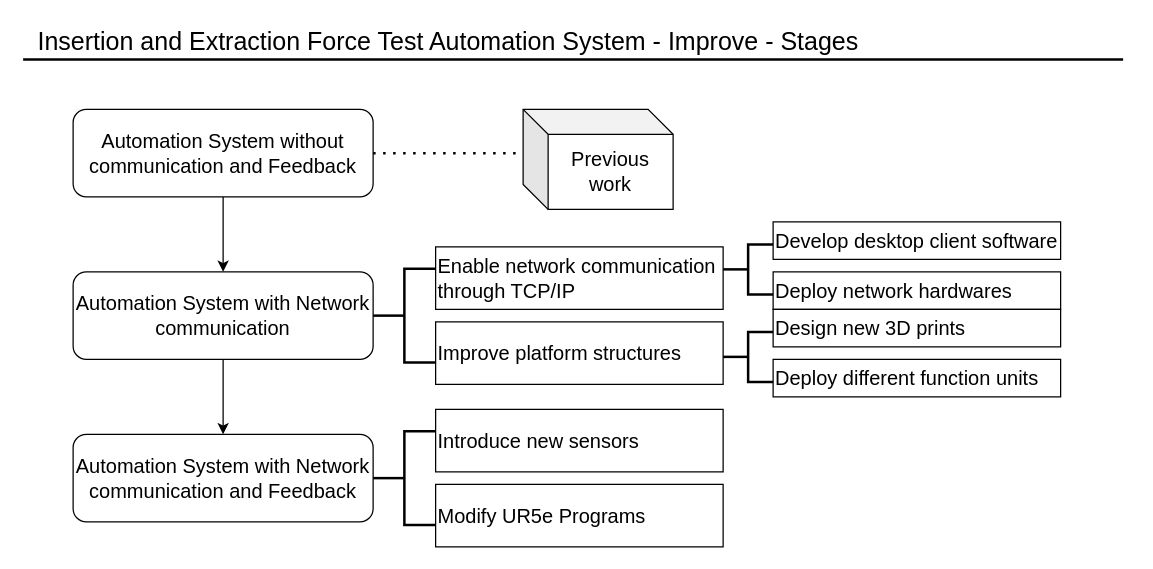
The draw.io diagram RRP project/Project Product Evolution.drawio in VolcanHuang/Project_Demo, before the edit. Source tidied: cells renumbered, new cells numbered last; positions are measured from the earlier drawing's top-left corner, leaving out a move shared by most shapes. Both pictures are drawn from the tidied source at 125%, with x=0, y=0 at pixel (22, 21).
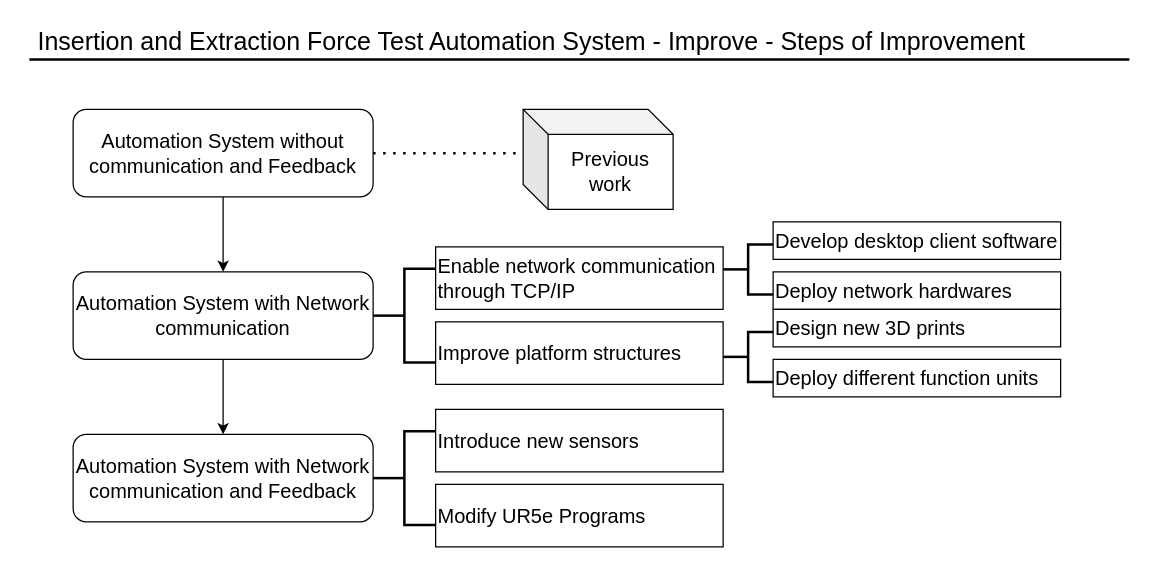
After the change.

The edit, as a diff of the source:
```diff
@@
     <mxCell id="2" style="endArrow=none;html=1;fontSize=12;strokeWidth=2;" parent="1" edge="1">
       <mxGeometry relative="1" as="geometry">
-        <mxPoint y="30" as="sourcePoint" />
-        <mxPoint x="880" y="30" as="targetPoint" />
+        <mxPoint x="5" y="30" as="sourcePoint" />
+        <mxPoint x="885" y="30" as="targetPoint" />
       </mxGeometry>
     </mxCell>
-    <mxCell id="3" value="&lt;font style=&quot;font-size: 20px&quot;&gt;Insertion and Extraction Force Test Automation System - Improve - Stages&lt;/font&gt;" style="text;html=1;strokeColor=none;fillColor=none;align=left;verticalAlign=middle;whiteSpace=wrap;rounded=0;" parent="1" vertex="1">
+    <mxCell id="3" value="&lt;font style=&quot;font-size: 20px&quot;&gt;Insertion and Extraction Force Test Automation System - Improve - Steps of Improvement&lt;/font&gt;" style="text;html=1;strokeColor=none;fillColor=none;align=left;verticalAlign=middle;whiteSpace=wrap;rounded=0;" parent="1" vertex="1">
       <mxGeometry x="10" width="810" height="30" as="geometry" />
     </mxCell>
```
